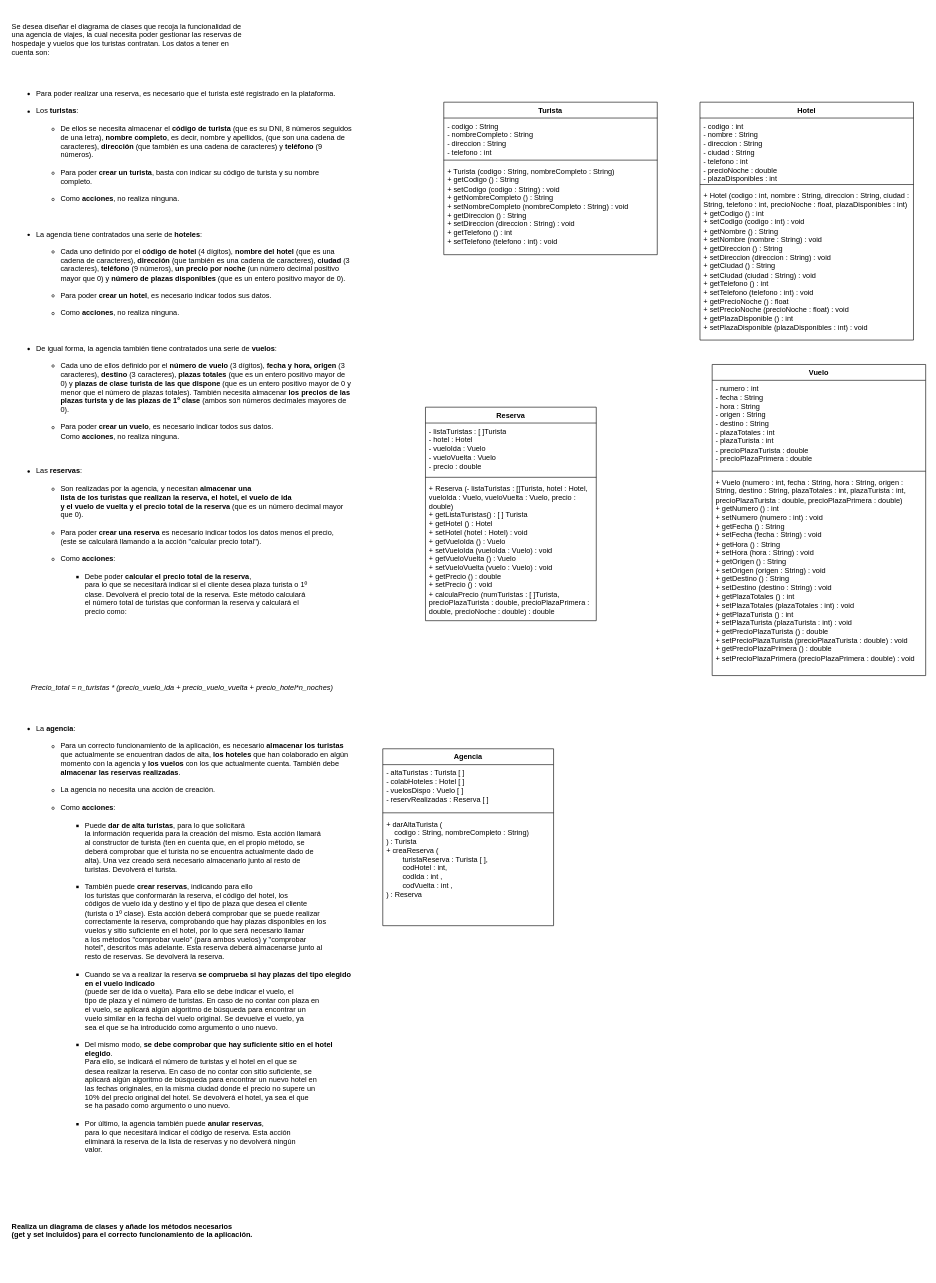
Above: page "Página-2" (2 of 4) of Entornos/Diagramas de clase.drawio in fersanzenrique-cell/learningCode (draw.io), before the change. Source tidied: cells renumbered, new cells numbered last; positions are measured from the earlier drawing's top-left corner, leaving out a move shared by most shapes. Both pictures are drawn from the tidied source at 61%, with x=0, y=0 at pixel (10, 10).
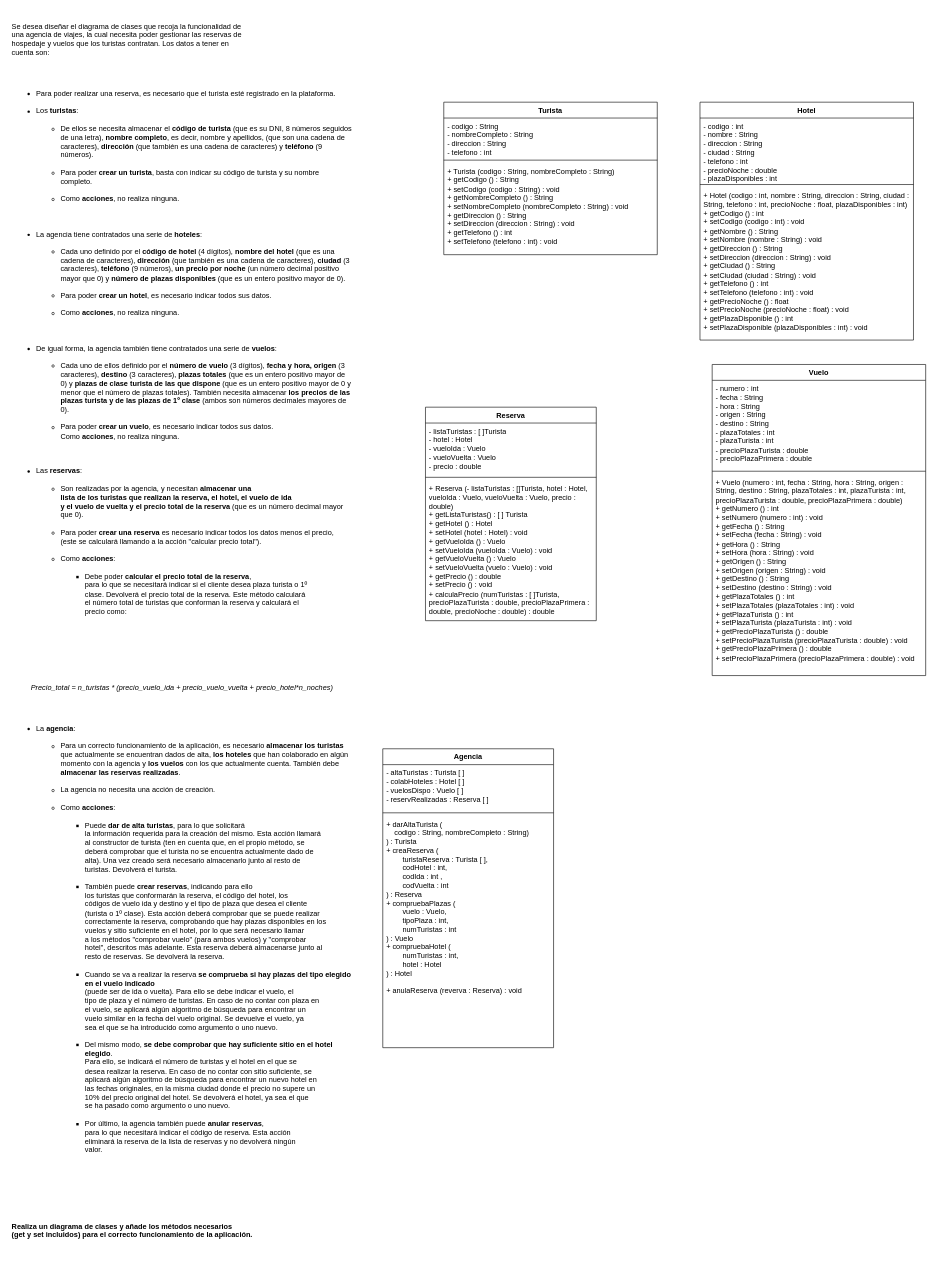
After the change.

What changed in the source:
```diff
@@
     <mxCell id="19" value="Agencia" style="swimlane;fontStyle=1;align=center;verticalAlign=top;horizontal=1;startSize=26;whiteSpace=wrap;html=1;" parent="1" vertex="1">
-      <mxGeometry x="610" y="1210" width="280" height="290" as="geometry" />
+      <mxGeometry x="610" y="1210" width="280" height="490" as="geometry" />
     </mxCell>
@@
-    <mxCell id="22" value="+ darAltaTurista (&lt;br&gt;&lt;span style=&quot;&quot;&gt;&lt;span style=&quot;&quot;&gt;&amp;nbsp;&amp;nbsp;&amp;nbsp;&amp;nbsp;&lt;/span&gt;&lt;/span&gt;codigo : String, nombreCompleto : String)&lt;br&gt;) : Turista&lt;br&gt;+ creaReserva (&lt;br&gt;&lt;span style=&quot;white-space: pre;&quot;&gt;&#9;&lt;/span&gt;turistaReserva : Turista [ ],&lt;br&gt;&lt;span style=&quot;white-space: pre;&quot;&gt;&#9;&lt;/span&gt;codHotel : int,&lt;br&gt;&lt;span style=&quot;white-space: pre;&quot;&gt;&#9;&lt;/span&gt;codIda : int ,&lt;br&gt;&lt;span style=&quot;white-space: pre;&quot;&gt;&#9;&lt;/span&gt;codVuelta : int ,&lt;br&gt;) : Reserva" style="text;strokeColor=none;fillColor=none;align=left;verticalAlign=top;spacingLeft=4;spacingRight=4;overflow=hidden;whiteSpace=wrap;html=1;" parent="19" vertex="1">
-      <mxGeometry y="110" width="280" height="180" as="geometry" />
+    <mxCell id="22" value="+ darAltaTurista (&lt;br&gt;&lt;span style=&quot;&quot;&gt;&lt;span style=&quot;&quot;&gt;&amp;nbsp;&amp;nbsp;&amp;nbsp;&amp;nbsp;&lt;/span&gt;&lt;/span&gt;codigo : String, nombreCompleto : String)&lt;br&gt;) : Turista&lt;br&gt;+ creaReserva (&lt;br&gt;&lt;span style=&quot;white-space: pre;&quot;&gt;&#9;&lt;/span&gt;turistaReserva : Turista [ ],&lt;br&gt;&lt;span style=&quot;white-space: pre;&quot;&gt;&#9;&lt;/span&gt;codHotel : int,&lt;br&gt;&lt;span style=&quot;white-space: pre;&quot;&gt;&#9;&lt;/span&gt;codIda : int ,&lt;br&gt;&lt;span style=&quot;white-space: pre;&quot;&gt;&#9;&lt;/span&gt;codVuelta : int&lt;br&gt;) : Reserva&lt;div&gt;+ compruebaPlazas (&lt;/div&gt;&lt;div&gt;&lt;span style=&quot;white-space: pre;&quot;&gt;&#9;&lt;/span&gt;vuelo : Vuelo,&lt;/div&gt;&lt;div&gt;&lt;span style=&quot;white-space: pre;&quot;&gt;&#9;&lt;/span&gt;tipoPlaza : int,&lt;br&gt;&lt;/div&gt;&lt;div&gt;&lt;span style=&quot;white-space: pre;&quot;&gt;&#9;&lt;/span&gt;numTuristas : int&lt;/div&gt;&lt;div&gt;) : Vuelo&lt;/div&gt;&lt;div&gt;+ compruebaHotel (&lt;/div&gt;&lt;div&gt;&lt;span style=&quot;white-space: pre;&quot;&gt;&#9;&lt;/span&gt;numTuristas : int,&lt;br&gt;&lt;/div&gt;&lt;div&gt;&lt;span style=&quot;white-space: pre;&quot;&gt;&#9;&lt;/span&gt;hotel : Hotel&lt;br&gt;&lt;/div&gt;&lt;div&gt;) : Hotel&lt;/div&gt;&lt;div&gt;&lt;br&gt;&lt;/div&gt;&lt;div&gt;+ anulaReserva (&lt;span style=&quot;background-color: transparent; color: light-dark(rgb(0, 0, 0), rgb(255, 255, 255));&quot;&gt;reverva : Reserva&lt;/span&gt;&lt;span style=&quot;background-color: transparent; color: light-dark(rgb(0, 0, 0), rgb(255, 255, 255));&quot;&gt;) : void&lt;/span&gt;&lt;/div&gt;" style="text;strokeColor=none;fillColor=none;align=left;verticalAlign=top;spacingLeft=4;spacingRight=4;overflow=hidden;whiteSpace=wrap;html=1;" parent="19" vertex="1">
+      <mxGeometry y="110" width="280" height="380" as="geometry" />
     </mxCell>
```
